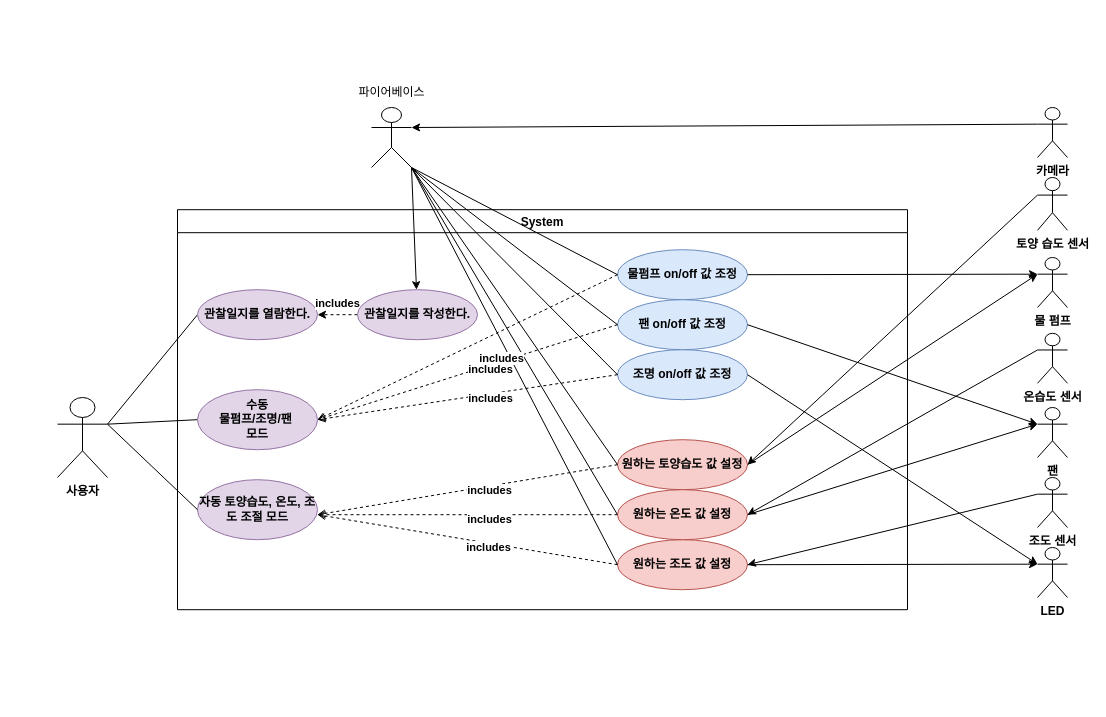
Above: 과제/4주차/유스케이스.drawio in sonmyungwon/Software-Development (draw.io), before the change. Source tidied: cells renumbered, new cells numbered last; positions are measured from the earlier drawing's top-left corner, leaving out a move shared by most shapes. Both pictures are drawn from the tidied source at 100%, with x=0, y=0 at pixel (57, 77).
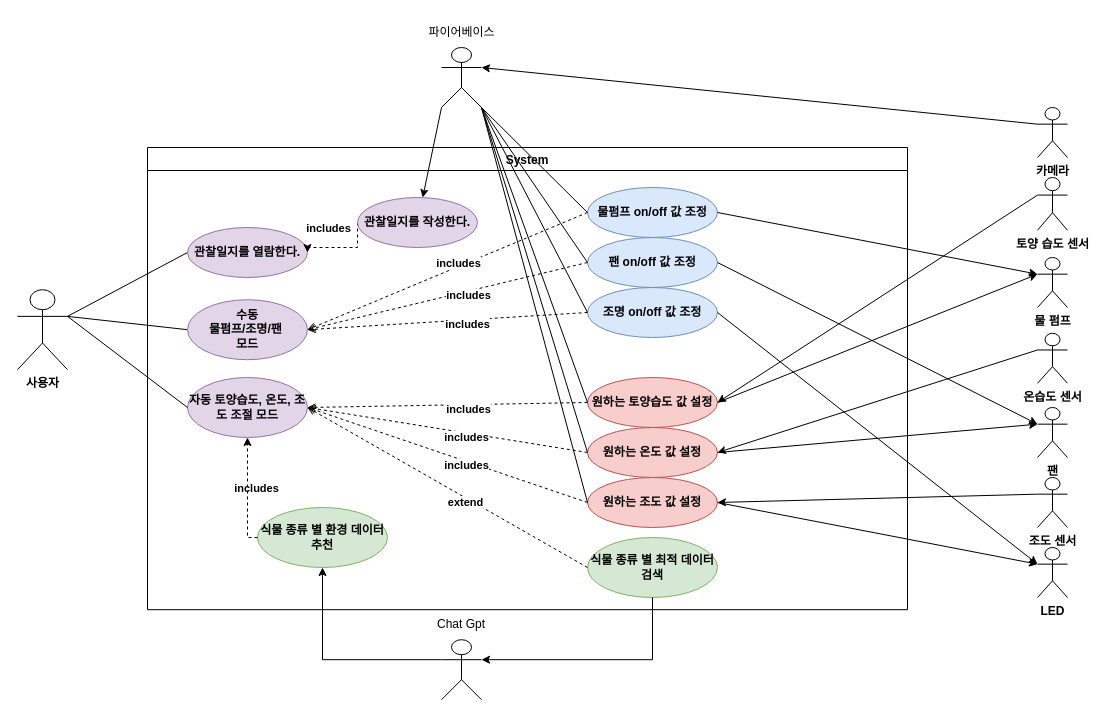
The same diagram, later.

Commit message:
유스케이스.drawio 업데이트

Unchanged cells that the change refers to:
```xml
<mxCell id="13" style="endArrow=open;dashed=1;html=1;rounded=0;entryX=1;entryY=0.5;entryDx=0;entryDy=0;endFill=0;exitX=0;exitY=0.5;exitDx=0;exitDy=0;fontStyle=1;" parent="5" edge="1" source="7" target="10">
  <mxGeometry relative="1" as="geometry" />
</mxCell>
<mxCell id="18" value="원하는 토양습도 값 설정" style="ellipse;whiteSpace=wrap;html=1;fontStyle=1;fillColor=#f8cecc;strokeColor=#b85450;" parent="5" vertex="1">
  <mxGeometry x="440" y="230" width="130" height="50" as="geometry" />
</mxCell>
<mxCell id="19" value="원하는 조도 값 설정" style="ellipse;whiteSpace=wrap;html=1;fontStyle=1;fillColor=#f8cecc;strokeColor=#b85450;" parent="5" vertex="1">
  <mxGeometry x="440" y="330" width="130" height="50" as="geometry" />
</mxCell>
<mxCell id="26" value="원하는 온도 값 설정" style="ellipse;whiteSpace=wrap;html=1;fontStyle=1;fillColor=#f8cecc;strokeColor=#b85450;" parent="5" vertex="1">
  <mxGeometry x="440" y="280" width="130" height="50" as="geometry" />
</mxCell>
```

Change to the diagram source:
```diff
@@
     <mxCell id="2" value="사용자" style="shape=umlActor;verticalLabelPosition=bottom;verticalAlign=top;html=1;outlineConnect=0;fontStyle=1;" parent="1" vertex="1">
-      <mxGeometry y="320" width="50" height="80" as="geometry" />
+      <mxGeometry x="-40" y="212.2" width="50" height="80" as="geometry" />
     </mxCell>
@@
     <mxCell id="5" value="System" style="swimlane;fontStyle=1;" parent="1" vertex="1">
-      <mxGeometry x="120" y="132.2" width="730" height="400" as="geometry" />
+      <mxGeometry x="90" y="70" width="760" height="462.2" as="geometry" />
     </mxCell>
     <mxCell id="6" value="관찰일지를 열람한다." style="ellipse;whiteSpace=wrap;html=1;fontStyle=1;fillColor=#e1d5e7;strokeColor=#9673a6;" parent="5" vertex="1">
-      <mxGeometry x="20" y="80" width="120" height="50" as="geometry" />
+      <mxGeometry x="40" y="80" width="120" height="50" as="geometry" />
     </mxCell>
@@
     <mxCell id="10" value="수동&lt;br&gt;물펌프/조명/팬&amp;nbsp;&lt;br&gt;모드" style="ellipse;whiteSpace=wrap;html=1;fontStyle=1;fillColor=#e1d5e7;strokeColor=#9673a6;" parent="5" vertex="1">
-      <mxGeometry x="20" y="180" width="120" height="60" as="geometry" />
+      <mxGeometry x="40" y="152.2" width="120" height="60" as="geometry" />
     </mxCell>
@@
     <mxCell id="14" value="includes" style="edgeLabel;html=1;align=center;verticalAlign=middle;fontStyle=1;" parent="13" vertex="1">
       <mxGeometry x="-0.14" y="4" relative="1" as="geometry">
-        <mxPoint x="-153" y="-38" as="offset" />
+        <mxPoint x="-212" y="221" as="offset" />
       </mxGeometry>
     </mxCell>
@@
     <mxCell id="17" value="자동 토양습도, 온도, 조도 조절 모드" style="ellipse;whiteSpace=wrap;html=1;fontStyle=1;fillColor=#e1d5e7;strokeColor=#9673a6;" parent="5" vertex="1">
-      <mxGeometry x="20" y="270" width="120" height="60" as="geometry" />
+      <mxGeometry x="40" y="230" width="120" height="60" as="geometry" />
     </mxCell>
@@
-    <mxCell id="20" style="endArrow=open;dashed=1;html=1;rounded=0;entryX=1;entryY=0.5;entryDx=0;entryDy=0;endFill=0;exitX=0;exitY=0.5;exitDx=0;exitDy=0;fontStyle=1;" parent="5" edge="1" source="26">
-      <mxGeometry relative="1" as="geometry">
-        <mxPoint x="140" y="305" as="targetPoint" />
-      </mxGeometry>
+    <mxCell id="20" style="endArrow=open;dashed=1;html=1;rounded=0;entryX=1;entryY=0.5;entryDx=0;entryDy=0;endFill=0;exitX=0;exitY=0.5;exitDx=0;exitDy=0;fontStyle=1;" parent="5" edge="1" source="26" target="17">
+      <mxGeometry relative="1" as="geometry" />
     </mxCell>
@@
-    <mxCell id="22" style="endArrow=open;dashed=1;html=1;rounded=0;entryX=1;entryY=0.5;entryDx=0;entryDy=0;endFill=0;exitX=0;exitY=0.5;exitDx=0;exitDy=0;fontStyle=1;" parent="5" edge="1" source="18">
-      <mxGeometry relative="1" as="geometry">
-        <mxPoint x="140" y="305" as="targetPoint" />
-      </mxGeometry>
+    <mxCell id="22" style="endArrow=open;dashed=1;html=1;rounded=0;entryX=1;entryY=0.5;entryDx=0;entryDy=0;endFill=0;exitX=0;exitY=0.5;exitDx=0;exitDy=0;fontStyle=1;" parent="5" edge="1" source="18" target="17">
+      <mxGeometry relative="1" as="geometry" />
     </mxCell>
@@
-    <mxCell id="24" style="endArrow=open;dashed=1;html=1;rounded=0;entryX=1;entryY=0.5;entryDx=0;entryDy=0;endFill=0;exitX=0;exitY=0.5;exitDx=0;exitDy=0;fontStyle=1;" parent="5" edge="1" source="19">
-      <mxGeometry relative="1" as="geometry">
-        <mxPoint x="140" y="305" as="targetPoint" />
-      </mxGeometry>
+    <mxCell id="24" style="endArrow=open;dashed=1;html=1;rounded=0;entryX=1;entryY=0.5;entryDx=0;entryDy=0;endFill=0;exitX=0;exitY=0.5;exitDx=0;exitDy=0;fontStyle=1;" parent="5" edge="1" source="19" target="17">
+      <mxGeometry relative="1" as="geometry" />
     </mxCell>
@@
-    <mxCell id="27" style="edgeStyle=orthogonalEdgeStyle;rounded=0;jettySize=auto;html=1;exitX=0;exitY=0.5;exitDx=0;exitDy=0;dashed=1;" parent="5" edge="1" source="28" target="6">
-      <mxGeometry relative="1" as="geometry" />
+    <mxCell id="27" style="edgeStyle=orthogonalEdgeStyle;rounded=0;jettySize=auto;html=1;exitX=0;exitY=0.5;exitDx=0;exitDy=0;dashed=1;entryX=1;entryY=0.5;entryDx=0;entryDy=0;" parent="5" edge="1" source="28" target="6">
+      <mxGeometry relative="1" as="geometry">
+        <Array as="points">
+          <mxPoint x="210" y="100" />
+          <mxPoint x="160" y="100" />
+        </Array>
+      </mxGeometry>
     </mxCell>
     <mxCell id="28" value="관찰일지를 작성한다." style="ellipse;whiteSpace=wrap;html=1;fontStyle=1;fillColor=#e1d5e7;strokeColor=#9673a6;" parent="5" vertex="1">
-      <mxGeometry x="180" y="80" width="120" height="50" as="geometry" />
+      <mxGeometry x="210" y="50" width="120" height="50" as="geometry" />
     </mxCell>
+    <mxCell id="57" value="식물 종류 별 환경 데이터 추천" style="ellipse;whiteSpace=wrap;html=1;fontStyle=1;fillColor=#d5e8d4;strokeColor=#82b366;" parent="5" vertex="1">
+      <mxGeometry x="110" y="360" width="130" height="60" as="geometry" />
+    </mxCell>
+    <mxCell id="58" value="식물 종류 별 최적 데이터 검색" style="ellipse;whiteSpace=wrap;html=1;fontStyle=1;fillColor=#d5e8d4;strokeColor=#82b366;" parent="5" vertex="1">
+      <mxGeometry x="440" y="390" width="130" height="60" as="geometry" />
+    </mxCell>
+    <mxCell id="59" style="endArrow=open;dashed=1;html=1;rounded=0;entryX=1;entryY=0.5;entryDx=0;entryDy=0;endFill=0;exitX=0;exitY=0.5;exitDx=0;exitDy=0;fontStyle=1;" parent="5" edge="1" source="58" target="17">
+      <mxGeometry relative="1" as="geometry" />
+    </mxCell>
+    <mxCell id="60" value="extend" style="edgeLabel;html=1;align=center;verticalAlign=middle;fontStyle=1;" parent="59" vertex="1">
+      <mxGeometry x="-0.14" y="4" relative="1" as="geometry" />
+    </mxCell>
+    <mxCell id="61" style="edgeStyle=orthogonalEdgeStyle;rounded=0;jettySize=auto;html=1;exitX=0;exitY=0.5;exitDx=0;exitDy=0;dashed=1;entryX=0.5;entryY=1;entryDx=0;entryDy=0;" parent="5" edge="1" source="57" target="17">
+      <mxGeometry relative="1" as="geometry">
+        <Array as="points">
+          <mxPoint x="100" y="390" />
+        </Array>
+      </mxGeometry>
+    </mxCell>
+    <mxCell id="47" value="includes" style="edgeLabel;html=1;align=center;verticalAlign=middle;fontStyle=1;" parent="5" vertex="1">
+      <mxGeometry x="310" y="115" as="geometry" />
+    </mxCell>
+    <mxCell id="62" value="includes" style="edgeLabel;html=1;align=center;verticalAlign=middle;fontStyle=1;" parent="5" vertex="1">
+      <mxGeometry x="180" y="80" as="geometry" />
+    </mxCell>
@@
-    <mxCell id="32" style="endArrow=classic;html=1;rounded=0;fontStyle=1;exitX=1;exitY=1;exitDx=0;exitDy=0;exitPerimeter=0;" parent="1" edge="1" source="48" target="28">
+    <mxCell id="32" style="endArrow=classic;html=1;rounded=0;fontStyle=1;exitX=0;exitY=1;exitDx=0;exitDy=0;exitPerimeter=0;" parent="1" edge="1" source="48" target="28">
       <mxGeometry relative="1" as="geometry" />
     </mxCell>
@@
-    <mxCell id="47" value="includes" style="edgeLabel;html=1;align=center;verticalAlign=middle;fontStyle=1;" parent="1" vertex="1">
-      <mxGeometry x="443.1" y="280.8" as="geometry" />
-    </mxCell>
     <mxCell id="48" style="shape=umlActor;verticalLabelPosition=bottom;verticalAlign=top;html=1;outlineConnect=0;fontStyle=1;" parent="1" vertex="1">
-      <mxGeometry x="314" y="30" width="40" height="60" as="geometry" />
+      <mxGeometry x="384" y="-30" width="40" height="60" as="geometry" />
     </mxCell>
     <mxCell id="49" value="파이어베이스" style="text;html=1;align=center;verticalAlign=middle;strokeColor=none;fillColor=none;" parent="1" vertex="1">
-      <mxGeometry x="284" width="100" height="30" as="geometry" />
+      <mxGeometry x="354" y="-60" width="100" height="30" as="geometry" />
     </mxCell>
@@
+    <mxCell id="63" style="edgeStyle=orthogonalEdgeStyle;rounded=0;jettySize=auto;html=1;exitX=0;exitY=0.3333333333333333;exitDx=0;exitDy=0;exitPerimeter=0;entryX=0.5;entryY=1;entryDx=0;entryDy=0;" parent="1" edge="1" source="64" target="57">
+      <mxGeometry relative="1" as="geometry" />
+    </mxCell>
+    <mxCell id="64" style="shape=umlActor;verticalLabelPosition=bottom;verticalAlign=top;html=1;outlineConnect=0;fontStyle=1;" parent="1" vertex="1">
+      <mxGeometry x="384" y="562.2" width="40" height="60" as="geometry" />
+    </mxCell>
+    <mxCell id="65" value="Chat Gpt" style="text;html=1;strokeColor=none;fillColor=none;align=center;verticalAlign=middle;whiteSpace=wrap;rounded=0;" parent="1" vertex="1">
+      <mxGeometry x="374" y="532.2" width="60" height="30" as="geometry" />
+    </mxCell>
+    <mxCell id="66" style="edgeStyle=orthogonalEdgeStyle;rounded=0;jettySize=auto;html=1;exitX=0.5;exitY=1;exitDx=0;exitDy=0;entryX=1;entryY=0.3333333333333333;entryDx=0;entryDy=0;entryPerimeter=0;" parent="1" edge="1" source="58" target="64">
+      <mxGeometry relative="1" as="geometry" />
+    </mxCell>
```
